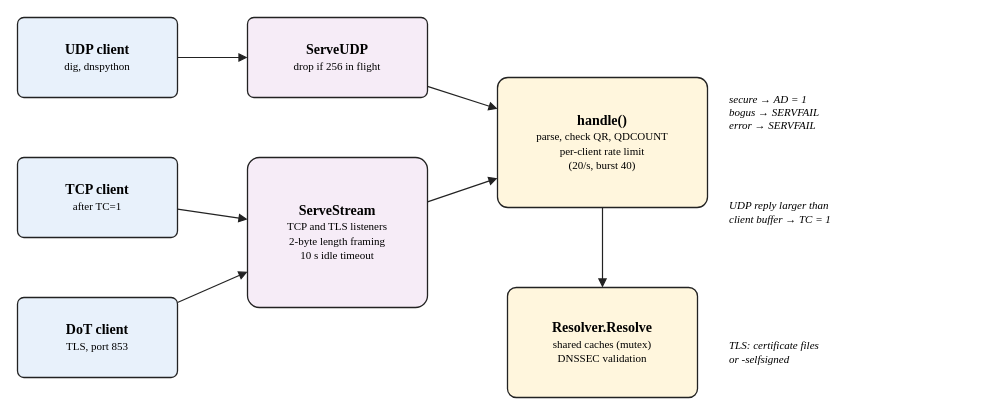
Earlier version of the draw.io diagram diagrams/09-server-mode.drawio (swayam5342/dnsr). Source tidied: cells renumbered, new cells numbered last; positions are measured from the earlier drawing's top-left corner, leaving out a move shared by most shapes. Both pictures are drawn from the tidied source at 100%, with x=0, y=0 at pixel (17, 17).
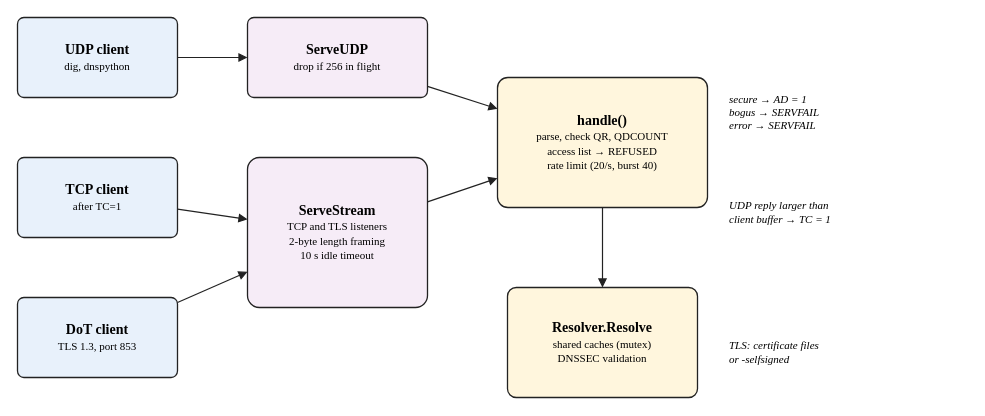
After the change.

Change to the diagram source:
```diff
@@
 <mxGraphModel>
   <root>
     <mxCell id="0" />
     <mxCell id="1" parent="0" />
     <mxCell id="2" value="&lt;b style=&quot;font-size:14px&quot;&gt;UDP client&lt;/b&gt;&lt;br&gt;&lt;span style=&quot;font-size:11px&quot;&gt;dig, dnspython&lt;/span&gt;" style="rounded=1;arcSize=8;whiteSpace=wrap;html=1;strokeColor=#222222;strokeWidth=1.3;fontFamily=Times New Roman;fillColor=#e8f1fb;" parent="1" vertex="1">
       <mxGeometry width="160" height="80" as="geometry" />
     </mxCell>
     <mxCell id="3" value="&lt;b style=&quot;font-size:14px&quot;&gt;TCP client&lt;/b&gt;&lt;br&gt;&lt;span style=&quot;font-size:11px&quot;&gt;after TC=1&lt;/span&gt;" style="rounded=1;arcSize=8;whiteSpace=wrap;html=1;strokeColor=#222222;strokeWidth=1.3;fontFamily=Times New Roman;fillColor=#e8f1fb;" parent="1" vertex="1">
       <mxGeometry y="140" width="160" height="80" as="geometry" />
     </mxCell>
-    <mxCell id="4" value="&lt;b style=&quot;font-size:14px&quot;&gt;DoT client&lt;/b&gt;&lt;br&gt;&lt;span style=&quot;font-size:11px&quot;&gt;TLS, port 853&lt;/span&gt;" style="rounded=1;arcSize=8;whiteSpace=wrap;html=1;strokeColor=#222222;strokeWidth=1.3;fontFamily=Times New Roman;fillColor=#e8f1fb;" parent="1" vertex="1">
+    <mxCell id="4" value="&lt;b style=&quot;font-size:14px&quot;&gt;DoT client&lt;/b&gt;&lt;br&gt;&lt;span style=&quot;font-size:11px&quot;&gt;TLS 1.3, port 853&lt;/span&gt;" style="rounded=1;arcSize=8;whiteSpace=wrap;html=1;strokeColor=#222222;strokeWidth=1.3;fontFamily=Times New Roman;fillColor=#e8f1fb;" parent="1" vertex="1">
       <mxGeometry y="280" width="160" height="80" as="geometry" />
     </mxCell>
     <mxCell id="5" value="&lt;b style=&quot;font-size:14px&quot;&gt;ServeUDP&lt;/b&gt;&lt;br&gt;&lt;span style=&quot;font-size:11px&quot;&gt;drop if 256 in flight&lt;/span&gt;" style="rounded=1;arcSize=8;whiteSpace=wrap;html=1;strokeColor=#222222;strokeWidth=1.3;fontFamily=Times New Roman;fillColor=#f6ecf7;" parent="1" vertex="1">
       <mxGeometry x="230" width="180" height="80" as="geometry" />
     </mxCell>
     <mxCell id="6" value="&lt;b style=&quot;font-size:14px&quot;&gt;ServeStream&lt;/b&gt;&lt;br&gt;&lt;span style=&quot;font-size:11px&quot;&gt;TCP and TLS listeners&lt;br&gt;2-byte length framing&lt;br&gt;10 s idle timeout&lt;/span&gt;" style="rounded=1;arcSize=8;whiteSpace=wrap;html=1;strokeColor=#222222;strokeWidth=1.3;fontFamily=Times New Roman;fillColor=#f6ecf7;" parent="1" vertex="1">
       <mxGeometry x="230" y="140" width="180" height="150" as="geometry" />
     </mxCell>
-    <mxCell id="7" value="&lt;b style=&quot;font-size:14px&quot;&gt;handle()&lt;/b&gt;&lt;br&gt;&lt;span style=&quot;font-size:11px&quot;&gt;parse, check QR, QDCOUNT&lt;br&gt;per-client rate limit&lt;br&gt;(20/s, burst 40)&lt;/span&gt;" style="rounded=1;arcSize=8;whiteSpace=wrap;html=1;strokeColor=#222222;strokeWidth=1.3;fontFamily=Times New Roman;fillColor=#fff6dd;" parent="1" vertex="1">
+    <mxCell id="7" value="&lt;b style=&quot;font-size:14px&quot;&gt;handle()&lt;/b&gt;&lt;br&gt;&lt;span style=&quot;font-size:11px&quot;&gt;parse, check QR, QDCOUNT&lt;br&gt;access list → REFUSED&lt;br&gt;rate limit (20/s, burst 40)&lt;/span&gt;" style="rounded=1;arcSize=8;whiteSpace=wrap;html=1;strokeColor=#222222;strokeWidth=1.3;fontFamily=Times New Roman;fillColor=#fff6dd;" parent="1" vertex="1">
       <mxGeometry x="480" y="60" width="210" height="130" as="geometry" />
     </mxCell>
     <mxCell id="8" value="&lt;b style=&quot;font-size:14px&quot;&gt;Resolver.Resolve&lt;/b&gt;&lt;br&gt;&lt;span style=&quot;font-size:11px&quot;&gt;shared caches (mutex)&lt;br&gt;DNSSEC validation&lt;/span&gt;" style="rounded=1;arcSize=8;whiteSpace=wrap;html=1;strokeColor=#222222;strokeWidth=1.3;fontFamily=Times New Roman;fillColor=#fff6dd;" parent="1" vertex="1">
       <mxGeometry x="490" y="270" width="190" height="110" as="geometry" />
     </mxCell>
     <mxCell id="9" style="endArrow=block;endFill=1;html=1;rounded=0;strokeColor=#222222;strokeWidth=1.2;fontStyle=2;fontSize=11;labelBackgroundColor=#ffffff;fontFamily=Times New Roman;" parent="1" edge="1" source="2" target="5">
       <mxGeometry relative="1" as="geometry" />
     </mxCell>
     <mxCell id="10" style="endArrow=block;endFill=1;html=1;rounded=0;strokeColor=#222222;strokeWidth=1.2;fontStyle=2;fontSize=11;labelBackgroundColor=#ffffff;fontFamily=Times New Roman;" parent="1" edge="1" source="3" target="6">
       <mxGeometry relative="1" as="geometry" />
     </mxCell>
     <mxCell id="11" style="endArrow=block;endFill=1;html=1;rounded=0;strokeColor=#222222;strokeWidth=1.2;fontStyle=2;fontSize=11;labelBackgroundColor=#ffffff;fontFamily=Times New Roman;" parent="1" edge="1" source="4" target="6">
       <mxGeometry relative="1" as="geometry" />
     </mxCell>
     <mxCell id="12" style="endArrow=block;endFill=1;html=1;rounded=0;strokeColor=#222222;strokeWidth=1.2;fontStyle=2;fontSize=11;labelBackgroundColor=#ffffff;fontFamily=Times New Roman;" parent="1" edge="1" source="5" target="7">
       <mxGeometry relative="1" as="geometry" />
     </mxCell>
     <mxCell id="13" style="endArrow=block;endFill=1;html=1;rounded=0;strokeColor=#222222;strokeWidth=1.2;fontStyle=2;fontSize=11;labelBackgroundColor=#ffffff;fontFamily=Times New Roman;" parent="1" edge="1" source="6" target="7">
       <mxGeometry relative="1" as="geometry" />
     </mxCell>
     <mxCell id="14" style="endArrow=block;endFill=1;html=1;rounded=0;strokeColor=#222222;strokeWidth=1.2;fontStyle=2;fontSize=11;labelBackgroundColor=#ffffff;fontFamily=Times New Roman;exitX=0.5;exitY=1;entryX=0.5;entryY=0;" parent="1" edge="1" source="7" target="8">
       <mxGeometry relative="1" as="geometry" />
     </mxCell>
     <mxCell id="15" value="secure → AD = 1&lt;br&gt;bogus → SERVFAIL&lt;br&gt;error → SERVFAIL" style="text;html=1;strokeColor=none;fillColor=none;whiteSpace=wrap;fontFamily=Times New Roman;fontSize=11;fontColor=#000000;align=left;verticalAlign=middle;fontStyle=2;" parent="1" vertex="1">
       <mxGeometry x="710" y="60" width="240" height="70" as="geometry" />
     </mxCell>
     <mxCell id="16" value="UDP reply larger than&lt;br&gt;client buffer → TC = 1" style="text;html=1;strokeColor=none;fillColor=none;whiteSpace=wrap;fontFamily=Times New Roman;fontSize=11;fontColor=#000000;align=left;verticalAlign=middle;fontStyle=2;" parent="1" vertex="1">
       <mxGeometry x="710" y="170" width="240" height="50" as="geometry" />
     </mxCell>
     <mxCell id="17" value="TLS: certificate files&lt;br&gt;or -selfsigned" style="text;html=1;strokeColor=none;fillColor=none;whiteSpace=wrap;fontFamily=Times New Roman;fontSize=11;fontColor=#000000;align=left;verticalAlign=middle;fontStyle=2;" parent="1" vertex="1">
       <mxGeometry x="710" y="310" width="240" height="50" as="geometry" />
     </mxCell>
   </root>
 </mxGraphModel>
```
